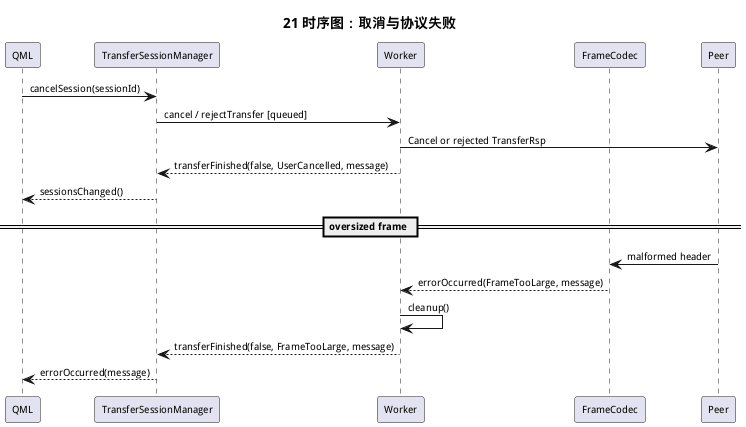
The PlantUML diagram doc/diagrams/rendered/21-时序图-取消与协议失败.png in Gsheep0729/GridYard, before a commit.
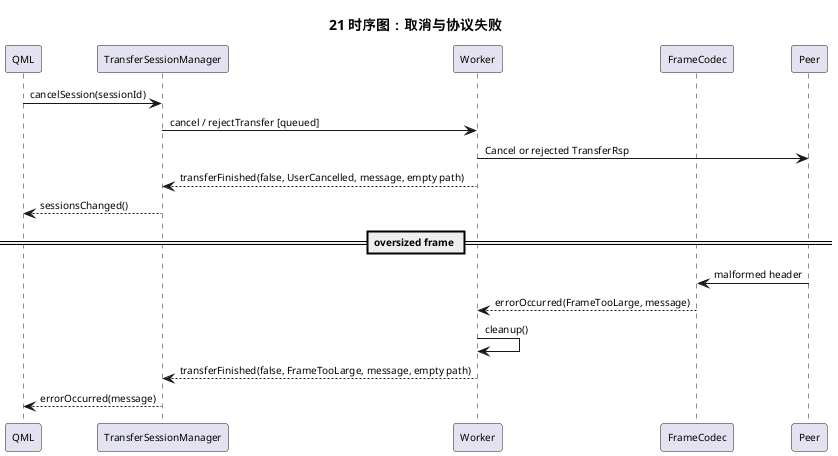
The same diagram one commit later.

Diff of the diagram source:
```diff
@@ -11,13 +11,13 @@
 QML -> Tsm : cancelSession(sessionId)
 Tsm -> Worker : cancel / rejectTransfer [queued]
 Worker -> Peer : Cancel or rejected TransferRsp
-Worker --> Tsm : transferFinished(false, UserCancelled, message)
+Worker --> Tsm : transferFinished(false, UserCancelled, message, empty path)
 Tsm --> QML : sessionsChanged()
 
 == oversized frame ==
 Peer -> Codec : malformed header
 Codec --> Worker : errorOccurred(FrameTooLarge, message)
 Worker -> Worker : cleanup()
-Worker --> Tsm : transferFinished(false, FrameTooLarge, message)
+Worker --> Tsm : transferFinished(false, FrameTooLarge, message, empty path)
 Tsm --> QML : errorOccurred(message)
 @enduml
```
